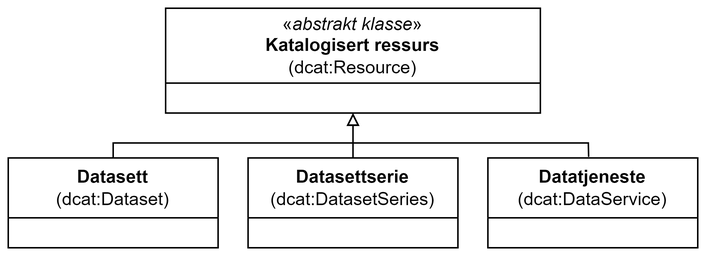
The draw.io diagram docs/images/Klassen-KatalogisertRessurs.png in Informasjonsforvaltning/dcat-ap-no, before a commit. Source tidied: cells renumbered, new cells last; positions are measured from the earlier drawing's top-left corner, leaving out a move shared by most shapes.
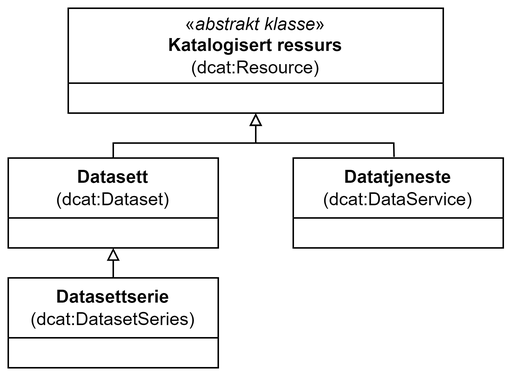
The same diagram one commit later.

The edit, as a diff of the source:
```diff
@@ -6,31 +6,29 @@
       <mxGeometry x="105" width="250" height="70" as="geometry" />
     </mxCell>
     <mxCell id="3" value="Datasett&lt;br&gt;&lt;span style=&quot;font-weight: normal;&quot;&gt;(&lt;/span&gt;&lt;span style=&quot;font-weight: 400;&quot;&gt;dcat:Dataset&lt;/span&gt;&lt;span style=&quot;font-weight: normal;&quot;&gt;)&lt;/span&gt;" style="swimlane;whiteSpace=wrap;html=1;startSize=40;" parent="1" vertex="1">
-      <mxGeometry y="100" width="140" height="60" as="geometry" />
+      <mxGeometry x="65" y="100" width="140" height="60" as="geometry" />
     </mxCell>
     <mxCell id="4" value="Datasettserie&lt;br&gt;&lt;span style=&quot;font-weight: normal;&quot;&gt;(&lt;/span&gt;&lt;span style=&quot;font-weight: 400;&quot;&gt;dcat:DatasetSeries&lt;/span&gt;&lt;span style=&quot;font-weight: normal;&quot;&gt;)&lt;/span&gt;" style="swimlane;whiteSpace=wrap;html=1;startSize=40;" parent="1" vertex="1">
-      <mxGeometry x="160" y="100" width="140" height="60" as="geometry" />
+      <mxGeometry x="65" y="180" width="140" height="60" as="geometry" />
     </mxCell>
     <mxCell id="5" value="Datatjeneste&lt;br&gt;&lt;span style=&quot;font-weight: normal;&quot;&gt;(&lt;/span&gt;&lt;span style=&quot;font-weight: 400;&quot;&gt;dcat:DataService&lt;/span&gt;&lt;span style=&quot;font-weight: normal;&quot;&gt;)&lt;/span&gt;" style="swimlane;whiteSpace=wrap;html=1;startSize=40;" parent="1" vertex="1">
-      <mxGeometry x="320" y="100" width="140" height="60" as="geometry" />
+      <mxGeometry x="255" y="100" width="140" height="60" as="geometry" />
     </mxCell>
     <mxCell id="6" style="endArrow=block;html=1;rounded=0;exitX=0.5;exitY=0;exitDx=0;exitDy=0;entryX=0.5;entryY=1;entryDx=0;entryDy=0;endFill=0;" parent="1" edge="1" source="3" target="2">
       <mxGeometry relative="1" as="geometry">
         <Array as="points">
-          <mxPoint x="70" y="90" />
+          <mxPoint x="135" y="90" />
           <mxPoint x="230" y="90" />
         </Array>
       </mxGeometry>
     </mxCell>
-    <mxCell id="7" style="endArrow=block;html=1;rounded=0;exitX=0.5;exitY=0;exitDx=0;exitDy=0;endFill=0;" parent="1" edge="1" source="4">
-      <mxGeometry relative="1" as="geometry">
-        <mxPoint x="230" y="70" as="targetPoint" />
-      </mxGeometry>
+    <mxCell id="7" style="endArrow=block;html=1;rounded=0;exitX=0.5;exitY=0;exitDx=0;exitDy=0;endFill=0;entryX=0.5;entryY=1;entryDx=0;entryDy=0;" parent="1" edge="1" source="4" target="3">
+      <mxGeometry relative="1" as="geometry" />
     </mxCell>
     <mxCell id="8" style="endArrow=block;html=1;rounded=0;exitX=0.48;exitY=-0.012;exitDx=0;exitDy=0;endFill=0;exitPerimeter=0;entryX=0.5;entryY=1;entryDx=0;entryDy=0;" parent="1" edge="1" source="5" target="2">
       <mxGeometry relative="1" as="geometry">
         <Array as="points">
-          <mxPoint x="387" y="90" />
+          <mxPoint x="322" y="90" />
           <mxPoint x="230" y="90" />
         </Array>
       </mxGeometry>
```
